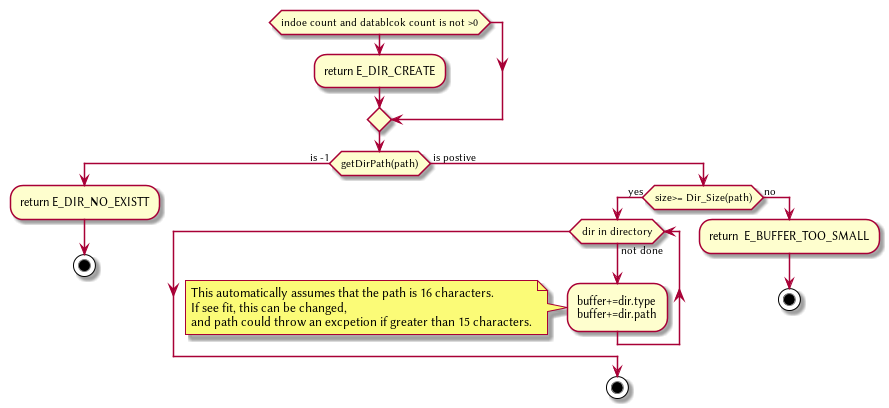
This is Plant/DirRead.png from HawaiinPizza/CIS-450-final-project, a PlantUML export, as it was before one commit. Its diagram source:
```plantuml
@startuml
if(indoe count and datablcok count is not >0)
   :return E_DIR_CREATE;
endif
if(getDirPath(path)) then (is -1)
	   :return E_DIR_NO_EXISTT;
	   stop
   else ( is postive)
	   if(size>= Dir_Size(path)) then (yes)
		   while(dir in directory) is (not done)
			   :buffer+=dir.type
			   buffer+=dir.path;
			   note left
				   This automatically assumes that the path is 16 characters.
				   If see fit, this can be changed,
				   and path could throw an excpetion if greater than 15 characters.
			   endnote
		   endwhile
		   stop
	   else(no)
		   :return  E_BUFFER_TOO_SMALL;
		   stop
	   endif
endif
@enduml
```
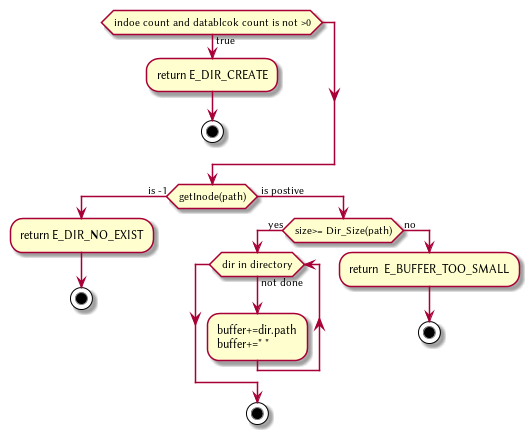
Later version of the same file.

The edit, as a diff of the source:
```diff
@@ -1,20 +1,16 @@
 @startuml
-if(indoe count and datablcok count is not >0)
+if(indoe count and datablcok count is not >0) then (true)
    :return E_DIR_CREATE;
+   stop
 endif
-if(getDirPath(path)) then (is -1)
-	   :return E_DIR_NO_EXISTT;
+if(getInode(path)) then (is -1)
+	   :return E_DIR_NO_EXIST;
 	   stop
    else ( is postive)
 	   if(size>= Dir_Size(path)) then (yes)
 		   while(dir in directory) is (not done)
-			   :buffer+=dir.type
-			   buffer+=dir.path;
-			   note left
-				   This automatically assumes that the path is 16 characters.
-				   If see fit, this can be changed,
-				   and path could throw an excpetion if greater than 15 characters.
-			   endnote
+			   :buffer+=dir.path
+			   buffer+=" ";
 		   endwhile
 		   stop
 	   else(no)
```
